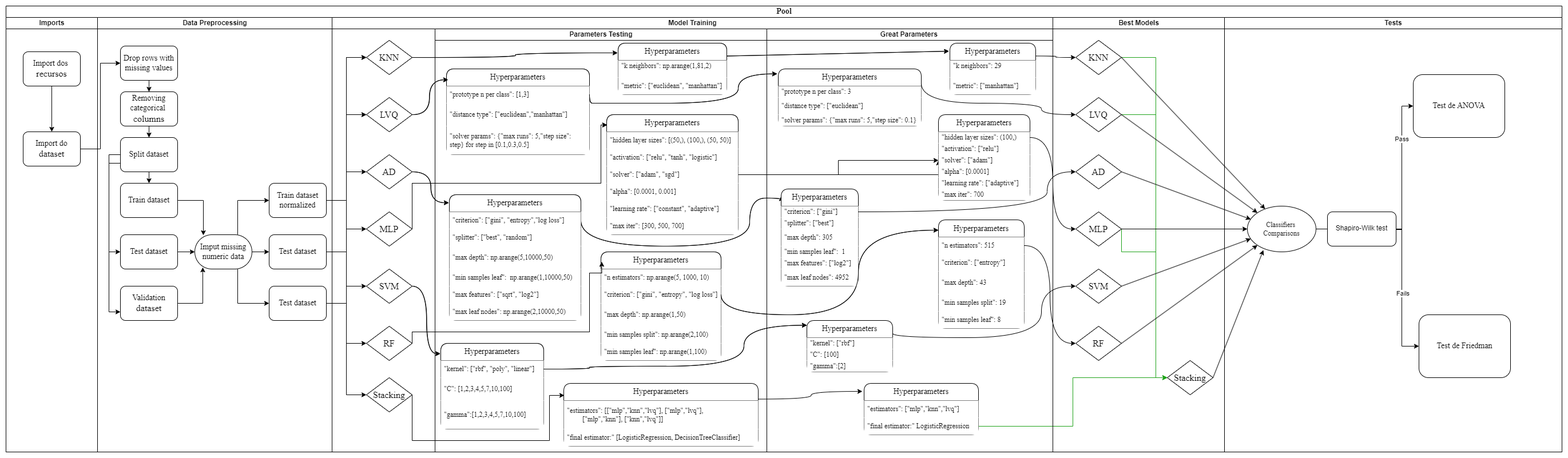
Zuluke/Projetos-AM keeps this draw.io diagram as spotify_activity/Fluxograma/Fluxograma.png. Above is the earlier version. Source tidied: cells renumbered, new cells last; positions are measured from the earlier drawing's top-left corner, leaving out a move shared by most shapes.
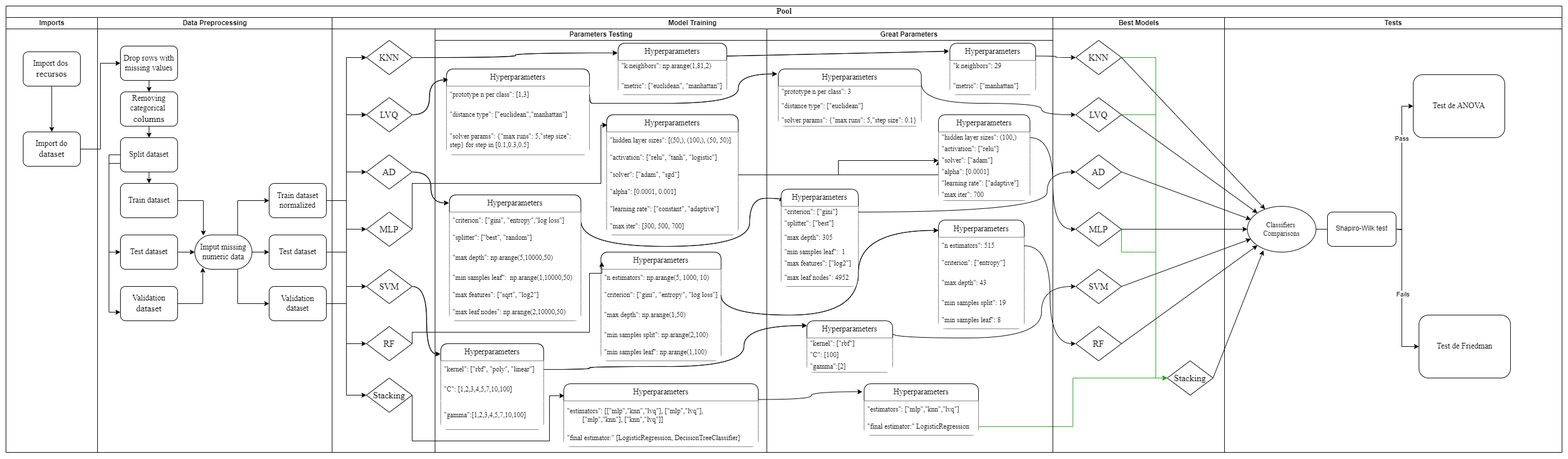
Above is the later version.

Diff of the diagram source:
```diff
@@ -284,7 +284,7 @@
     <mxCell id="73" value="&lt;font style=&quot;font-size: 14px;&quot; face=&quot;Times New Roman&quot;&gt;Test dataset&lt;/font&gt;" style="rounded=1;whiteSpace=wrap;html=1;shadow=0;labelBackgroundColor=none;strokeWidth=1;fontFamily=Verdana;fontSize=8;align=center;fillColor=#FFFFFF;" parent="53" vertex="1">
       <mxGeometry x="300" y="380" width="100" height="60" as="geometry" />
     </mxCell>
-    <mxCell id="74" value="&lt;font style=&quot;font-size: 14px;&quot; face=&quot;Times New Roman&quot;&gt;Test dataset&lt;/font&gt;" style="rounded=1;whiteSpace=wrap;html=1;shadow=0;labelBackgroundColor=none;strokeWidth=1;fontFamily=Verdana;fontSize=8;align=center;fillColor=#FFFFFF;" parent="53" vertex="1">
+    <mxCell id="74" value="&lt;font style=&quot;font-size: 14px;&quot; face=&quot;Times New Roman&quot;&gt;Validation dataset&lt;/font&gt;" style="rounded=1;whiteSpace=wrap;html=1;shadow=0;labelBackgroundColor=none;strokeWidth=1;fontFamily=Verdana;fontSize=8;align=center;fillColor=#FFFFFF;" parent="53" vertex="1">
       <mxGeometry x="300" y="470" width="100" height="60" as="geometry" />
     </mxCell>
     <mxCell id="75" value="Model Training" style="swimlane;html=1;startSize=20;fillColor=#FFFFFF;" parent="47" vertex="1">
```
